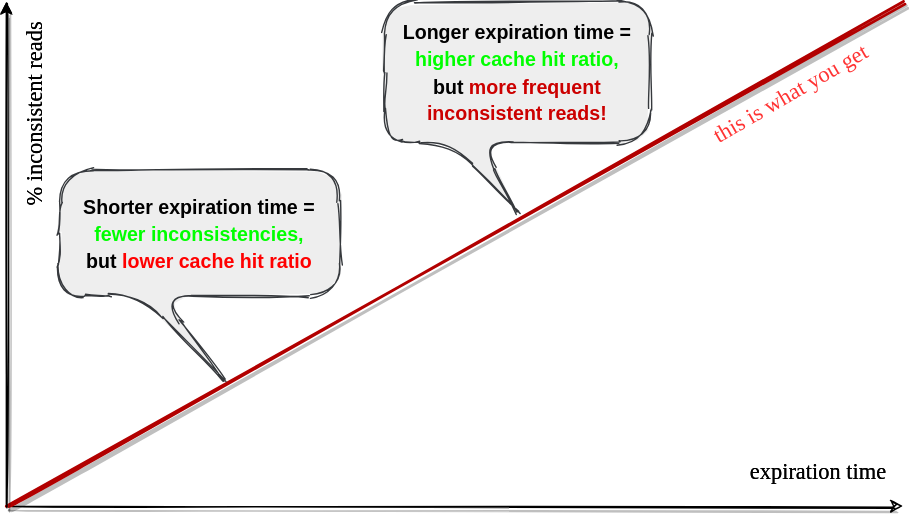
Earlier version of the draw.io export Slides/Fusion_v2/diagrams/consistency/1.dio.svg (alexyakunin/Stl.Fusion.Materials). Source tidied: cells renumbered, new cells last; positions are measured from the earlier drawing's top-left corner, leaving out a move shared by most shapes.
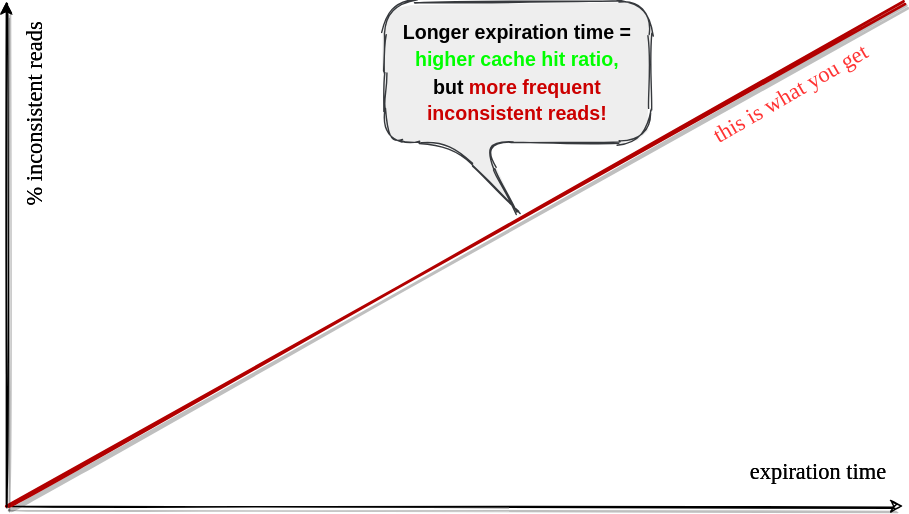
After the commit.

Diff of the diagram source:
```diff
@@ -41,9 +41,6 @@
     <mxCell id="10" value="&lt;font face=&quot;Comic Sans MS&quot; style=&quot;font-size: 16px&quot;&gt;expiration time&lt;/font&gt;" style="text;html=1;strokeColor=none;fillColor=none;align=center;verticalAlign=middle;whiteSpace=wrap;rounded=0;sketch=1;" parent="1" vertex="1">
       <mxGeometry x="580" y="320" width="120" height="30" as="geometry" />
     </mxCell>
-    <mxCell id="11" value="&lt;font style=&quot;font-size: 14px&quot;&gt;&lt;font color=&quot;#000000&quot;&gt;Shorter expiration time =&lt;/font&gt;&lt;br&gt;&lt;font color=&quot;#00ff00&quot;&gt;fewer inconsistencies,&lt;/font&gt;&lt;/font&gt;&lt;font style=&quot;color: rgb(0 , 0 , 0) ; font-size: 14px&quot;&gt;&lt;br&gt;but &lt;/font&gt;&lt;font style=&quot;font-size: 14px&quot;&gt;&lt;font color=&quot;#ff0000&quot;&gt;lower cache hit ratio&lt;/font&gt;&lt;br&gt;&lt;/font&gt;" style="shape=callout;whiteSpace=wrap;html=1;perimeter=calloutPerimeter;rounded=1;sketch=1;fontSize=16;position2=0.59;base=15;size=60;position=0.29;arcSize=45;fillStyle=solid;labelBackgroundColor=none;labelBorderColor=none;fontStyle=1;fillColor=#eeeeee;strokeColor=#36393d;" parent="1" vertex="1">
-      <mxGeometry x="98" y="120" width="200" height="150" as="geometry" />
-    </mxCell>
     <mxCell id="12" value="&lt;font style=&quot;font-size: 14px&quot;&gt;&lt;font color=&quot;#000000&quot;&gt;Longer expiration time =&lt;/font&gt;&lt;br&gt;&lt;font color=&quot;#00ff00&quot;&gt;higher cache hit ratio,&lt;/font&gt;&lt;br&gt;&lt;font color=&quot;#000000&quot;&gt;but &lt;/font&gt;&lt;font color=&quot;#cc0000&quot;&gt;more frequent &lt;br&gt;inconsistent reads!&lt;/font&gt;&lt;br&gt;&lt;/font&gt;" style="shape=callout;whiteSpace=wrap;html=1;perimeter=calloutPerimeter;rounded=1;sketch=1;fillColor=#eeeeee;fontSize=16;fontColor=#f0f0f0;position2=0.5;base=20;size=50;position=0.25;arcSize=45;strokeColor=#36393d;labelBackgroundColor=none;labelBorderColor=none;fillStyle=solid;fontStyle=1;" parent="1" vertex="1">
       <mxGeometry x="330" width="190" height="150" as="geometry" />
     </mxCell>
```
